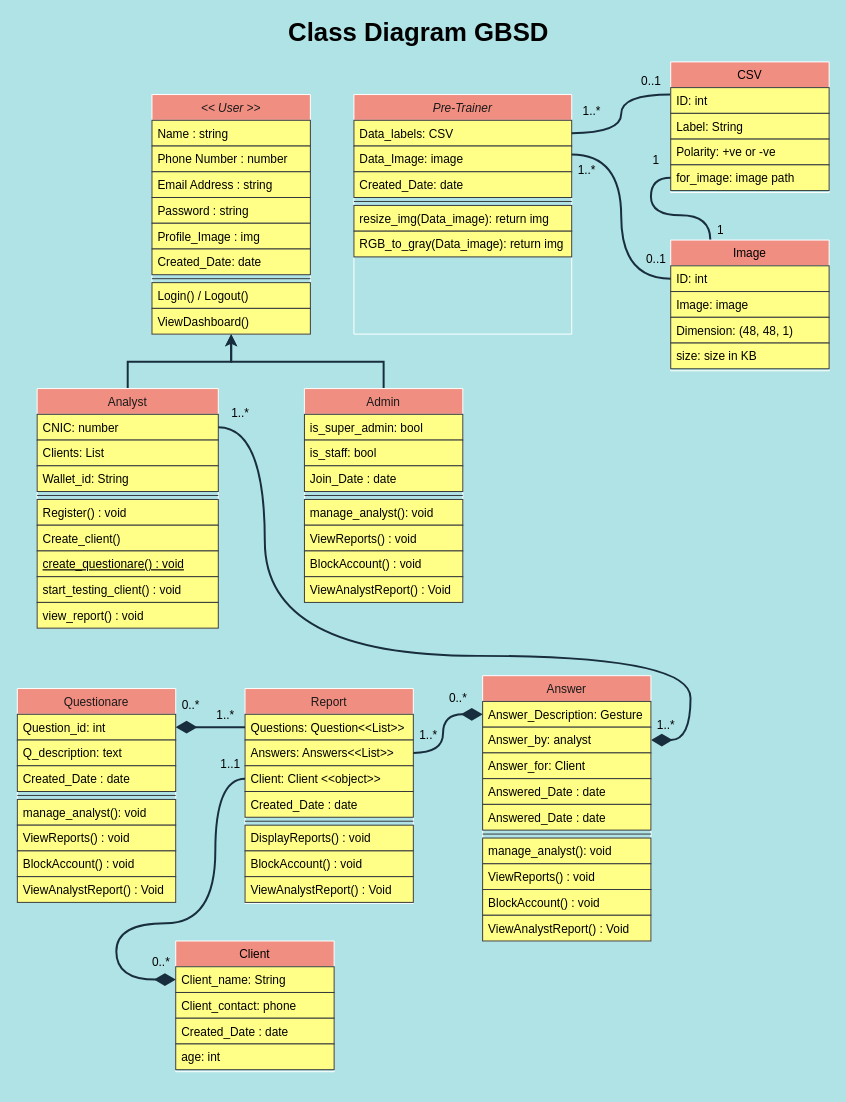
Above: class_diagram_GBSD.drawio in mabdulrafea101/sohaib_fyp_docs (draw.io), before the change. Source tidied: cells renumbered, new cells numbered last; positions are measured from the earlier drawing's top-left corner, leaving out a move shared by most shapes. Both pictures are drawn from the tidied source at 99%, with x=0, y=0 at pixel (17, 22).
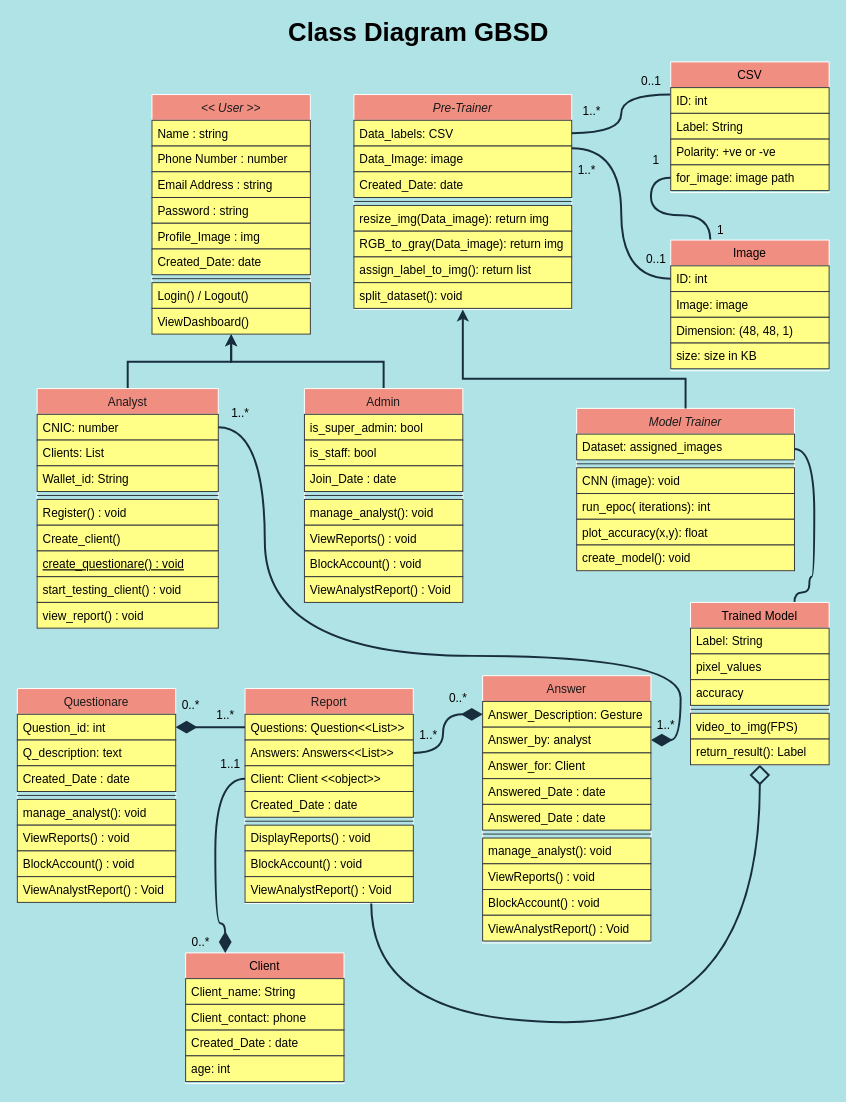
The same diagram, later.

Unchanged cells that the change refers to:
```xml
<mxCell id="14" value="CNIC: number" style="text;align=left;verticalAlign=top;spacingLeft=4;spacingRight=4;overflow=hidden;points=[[0,0.5],[1,0.5]];portConstraint=eastwest;fillColor=#ffff88;strokeColor=#36393d;" parent="13" vertex="1">
  <mxGeometry y="26" width="183" height="26" as="geometry" />
</mxCell>
<mxCell id="46" value="Answer_by: analyst" style="text;align=left;verticalAlign=top;spacingLeft=4;spacingRight=4;overflow=hidden;points=[[0,0.5],[1,0.5]];portConstraint=eastwest;fillColor=#ffff88;strokeColor=#36393d;" parent="44" vertex="1">
  <mxGeometry y="52" width="170" height="26" as="geometry" />
</mxCell>
<mxCell id="55" value="Report" style="swimlane;fontStyle=0;align=center;verticalAlign=top;horizontal=1;startSize=26;rounded=0;shadow=0;strokeWidth=1;fillColor=#F08E81;strokeColor=#FFFFFF;fontColor=#1A1A1A;" parent="1" vertex="1">
  <mxGeometry x="230" y="673" width="170" height="217" as="geometry" />
</mxCell>
<mxCell id="58" value="Client: Client &lt;&lt;object&gt;&gt;" style="text;align=left;verticalAlign=top;spacingLeft=4;spacingRight=4;overflow=hidden;points=[[0,0.5],[1,0.5]];portConstraint=eastwest;fillColor=#ffff88;strokeColor=#36393d;" parent="55" vertex="1">
  <mxGeometry y="78" width="170" height="26" as="geometry" />
</mxCell>
<mxCell id="65" value="Client_name: String" style="text;align=left;verticalAlign=top;spacingLeft=4;spacingRight=4;overflow=hidden;points=[[0,0.5],[1,0.5]];portConstraint=eastwest;fillColor=#ffff88;strokeColor=#36393d;" parent="64" vertex="1">
  <mxGeometry y="26" width="160" height="26" as="geometry" />
</mxCell>
```

Change to the diagram source:
```diff
@@
     <mxCell id="43" style="edgeStyle=orthogonalEdgeStyle;rounded=0;sketch=0;jettySize=auto;html=1;exitX=1;exitY=0.5;exitDx=0;exitDy=0;entryX=1;entryY=0.5;entryDx=0;entryDy=0;fontSize=26;fontColor=#000000;strokeColor=#182E3E;strokeWidth=2;curved=1;endArrow=none;endFill=0;startArrow=diamondThin;startFill=1;sourcePerimeterSpacing=14;targetPerimeterSpacing=15;endSize=8;startSize=16;" parent="1" edge="1" source="46" target="14">
       <mxGeometry relative="1" as="geometry">
         <Array as="points">
-          <mxPoint x="680" y="725" />
-          <mxPoint x="680" y="640" />
+          <mxPoint x="670" y="725" />
+          <mxPoint x="670" y="640" />
           <mxPoint x="250" y="640" />
           <mxPoint x="250" y="409" />
         </Array>
       </mxGeometry>
     </mxCell>
     <mxCell id="44" value="Answer" style="swimlane;fontStyle=0;align=center;verticalAlign=top;horizontal=1;startSize=26;rounded=0;shadow=0;strokeWidth=1;fillColor=#F08E81;strokeColor=#FFFFFF;fontColor=#1A1A1A;" parent="1" vertex="1">
-      <mxGeometry x="470" y="660" width="170" height="268" as="geometry" />
+      <mxGeometry x="470" y="660" width="170" height="270" as="geometry" />
     </mxCell>
@@
     <mxCell id="64" value="Client" style="swimlane;fontStyle=0;align=center;verticalAlign=top;horizontal=1;startSize=26;rounded=0;shadow=0;strokeWidth=1;fillColor=#F08E81;strokeColor=#FFFFFF;fontColor=#000000;" parent="1" vertex="1">
-      <mxGeometry x="160" y="928" width="160" height="132" as="geometry" />
+      <mxGeometry x="170" y="940" width="160" height="132" as="geometry" />
     </mxCell>
@@
-    <mxCell id="71" style="edgeStyle=orthogonalEdgeStyle;curved=1;rounded=0;sketch=0;jettySize=auto;html=1;exitX=0;exitY=0.5;exitDx=0;exitDy=0;entryX=0;entryY=0.5;entryDx=0;entryDy=0;fontSize=12;fontColor=#000000;startArrow=diamondThin;startFill=1;endArrow=none;endFill=0;startSize=16;endSize=8;sourcePerimeterSpacing=14;targetPerimeterSpacing=15;strokeColor=#182E3E;strokeWidth=2;" parent="1" edge="1" source="65" target="58">
+    <mxCell id="71" style="edgeStyle=orthogonalEdgeStyle;curved=1;rounded=0;sketch=0;jettySize=auto;html=1;entryX=0;entryY=0.5;entryDx=0;entryDy=0;fontSize=12;fontColor=#000000;startArrow=diamondThin;startFill=1;endArrow=none;endFill=0;startSize=16;endSize=8;sourcePerimeterSpacing=14;targetPerimeterSpacing=15;strokeColor=#182E3E;strokeWidth=2;exitX=0.25;exitY=0;exitDx=0;exitDy=0;" parent="1" edge="1" source="64" target="58">
       <mxGeometry relative="1" as="geometry">
         <Array as="points">
-          <mxPoint x="100" y="967" />
-          <mxPoint x="100" y="910" />
+          <mxPoint x="210" y="910" />
           <mxPoint x="200" y="910" />
           <mxPoint x="200" y="764" />
         </Array>
       </mxGeometry>
     </mxCell>
     <mxCell id="72" value="0..*" style="text;html=1;align=center;verticalAlign=middle;strokeColor=none;fillColor=none;fontSize=12;fontColor=#000000;" parent="1" vertex="1">
-      <mxGeometry x="130" y="940" width="30" height="20" as="geometry" />
+      <mxGeometry x="170" y="920" width="30" height="20" as="geometry" />
     </mxCell>
@@
     <mxCell id="80" value="Pre-Trainer" style="swimlane;fontStyle=2;align=center;verticalAlign=top;horizontal=1;startSize=26;rounded=0;shadow=0;strokeWidth=1;fillColor=#F08E81;strokeColor=#FFFFFF;fontColor=#1A1A1A;" parent="1" vertex="1">
-      <mxGeometry x="340" y="73" width="220" height="242" as="geometry" />
+      <mxGeometry x="340" y="73" width="220" height="217" as="geometry" />
     </mxCell>
@@
+    <mxCell id="106" value="assign_label_to_img(): return list" style="text;align=left;verticalAlign=top;spacingLeft=4;spacingRight=4;overflow=hidden;fillColor=#ffff88;strokeColor=#36393d;" parent="80" vertex="1">
+      <mxGeometry y="164" width="220" height="26" as="geometry" />
+    </mxCell>
+    <mxCell id="107" value="split_dataset(): void" style="text;align=left;verticalAlign=top;spacingLeft=4;spacingRight=4;overflow=hidden;fillColor=#ffff88;strokeColor=#36393d;" parent="80" vertex="1">
+      <mxGeometry y="190" width="220" height="26" as="geometry" />
+    </mxCell>
@@
+    <mxCell id="108" value="Model Trainer" style="swimlane;fontStyle=2;align=center;verticalAlign=top;horizontal=1;startSize=26;rounded=0;shadow=0;strokeWidth=1;fillColor=#F08E81;strokeColor=#FFFFFF;fontColor=#1A1A1A;" parent="1" vertex="1">
+      <mxGeometry x="565" y="390" width="220" height="164" as="geometry" />
+    </mxCell>
+    <mxCell id="109" value="Dataset: assigned_images" style="text;align=left;verticalAlign=top;spacingLeft=4;spacingRight=4;overflow=hidden;rounded=0;shadow=0;html=0;fillColor=#ffff88;strokeColor=#36393d;" parent="108" vertex="1">
+      <mxGeometry y="26" width="220" height="26" as="geometry" />
+    </mxCell>
+    <mxCell id="110" style="line;html=1;strokeWidth=1;align=left;verticalAlign=middle;spacingTop=-1;spacingLeft=3;spacingRight=3;labelPosition=right;labelBackgroundColor=#B0E3E6;fillColor=#ffff88;strokeColor=#36393d;" parent="108" vertex="1">
+      <mxGeometry y="52" width="220" height="8" as="geometry" />
+    </mxCell>
+    <mxCell id="111" value="CNN (image): void" style="text;align=left;verticalAlign=top;spacingLeft=4;spacingRight=4;overflow=hidden;fillColor=#ffff88;strokeColor=#36393d;" parent="108" vertex="1">
+      <mxGeometry y="60" width="220" height="26" as="geometry" />
+    </mxCell>
+    <mxCell id="112" value="run_epoc( iterations): int" style="text;align=left;verticalAlign=top;spacingLeft=4;spacingRight=4;overflow=hidden;fillColor=#ffff88;strokeColor=#36393d;" parent="108" vertex="1">
+      <mxGeometry y="86" width="220" height="26" as="geometry" />
+    </mxCell>
+    <mxCell id="113" value="plot_accuracy(x,y): float" style="text;align=left;verticalAlign=top;spacingLeft=4;spacingRight=4;overflow=hidden;fillColor=#ffff88;strokeColor=#36393d;" parent="108" vertex="1">
+      <mxGeometry y="112" width="220" height="26" as="geometry" />
+    </mxCell>
+    <mxCell id="114" value="create_model(): void" style="text;align=left;verticalAlign=top;spacingLeft=4;spacingRight=4;overflow=hidden;fillColor=#ffff88;strokeColor=#36393d;" parent="108" vertex="1">
+      <mxGeometry y="138" width="220" height="26" as="geometry" />
+    </mxCell>
+    <mxCell id="115" style="edgeStyle=elbowEdgeStyle;rounded=0;sketch=0;jettySize=auto;elbow=vertical;html=1;exitX=0.5;exitY=0;exitDx=0;exitDy=0;entryX=0.5;entryY=1;entryDx=0;entryDy=0;fontColor=#1A1A1A;strokeColor=#182E3E;strokeWidth=2;" parent="1" edge="1" source="108" target="80">
+      <mxGeometry relative="1" as="geometry">
+        <Array as="points">
+          <mxPoint x="500" y="360" />
+          <mxPoint x="580" y="370" />
+        </Array>
+      </mxGeometry>
+    </mxCell>
+    <mxCell id="116" style="edgeStyle=orthogonalEdgeStyle;curved=1;rounded=0;sketch=0;jettySize=auto;html=1;exitX=0.75;exitY=0;exitDx=0;exitDy=0;entryX=1;entryY=0.25;entryDx=0;entryDy=0;fontSize=12;fontColor=#000000;startArrow=none;startFill=0;endArrow=none;endFill=0;startSize=16;endSize=8;sourcePerimeterSpacing=14;targetPerimeterSpacing=15;strokeColor=#182E3E;strokeWidth=2;" parent="1" edge="1" source="118" target="108">
+      <mxGeometry relative="1" as="geometry">
+        <Array as="points">
+          <mxPoint x="800" y="576" />
+          <mxPoint x="800" y="560" />
+          <mxPoint x="805" y="560" />
+          <mxPoint x="805" y="431" />
+        </Array>
+      </mxGeometry>
+    </mxCell>
+    <mxCell id="117" style="edgeStyle=orthogonalEdgeStyle;curved=1;rounded=0;sketch=0;jettySize=auto;html=1;exitX=0.5;exitY=1;exitDx=0;exitDy=0;entryX=0.75;entryY=1;entryDx=0;entryDy=0;fontSize=12;fontColor=#000000;startArrow=diamond;startFill=0;endArrow=none;endFill=0;startSize=16;endSize=8;sourcePerimeterSpacing=14;targetPerimeterSpacing=15;strokeColor=#182E3E;strokeWidth=2;" parent="1" edge="1" source="118" target="55">
+      <mxGeometry relative="1" as="geometry">
+        <Array as="points">
+          <mxPoint x="750" y="1010" />
+          <mxPoint x="358" y="1010" />
+        </Array>
+      </mxGeometry>
+    </mxCell>
+    <mxCell id="118" value="Trained Model" style="swimlane;fontStyle=0;align=center;verticalAlign=top;horizontal=1;startSize=26;rounded=0;shadow=0;strokeWidth=1;fillColor=#F08E81;strokeColor=#FFFFFF;fontColor=#000000;" parent="1" vertex="1">
+      <mxGeometry x="680" y="586" width="140" height="164" as="geometry" />
+    </mxCell>
+    <mxCell id="119" value="Label: String" style="text;align=left;verticalAlign=top;spacingLeft=4;spacingRight=4;overflow=hidden;fillColor=#ffff88;strokeColor=#36393d;" parent="118" vertex="1">
+      <mxGeometry y="26" width="140" height="26" as="geometry" />
+    </mxCell>
+    <mxCell id="120" value="pixel_values" style="text;align=left;verticalAlign=top;spacingLeft=4;spacingRight=4;overflow=hidden;fillColor=#ffff88;strokeColor=#36393d;" parent="118" vertex="1">
+      <mxGeometry y="52" width="140" height="26" as="geometry" />
+    </mxCell>
+    <mxCell id="121" value="accuracy" style="text;align=left;verticalAlign=top;spacingLeft=4;spacingRight=4;overflow=hidden;fillColor=#ffff88;strokeColor=#36393d;" parent="118" vertex="1">
+      <mxGeometry y="78" width="140" height="26" as="geometry" />
+    </mxCell>
+    <mxCell id="122" style="line;html=1;strokeWidth=1;align=left;verticalAlign=middle;spacingTop=-1;spacingLeft=3;spacingRight=3;labelPosition=right;labelBackgroundColor=#B0E3E6;fillColor=#ffff88;strokeColor=#36393d;" parent="118" vertex="1">
+      <mxGeometry y="104" width="140" height="8" as="geometry" />
+    </mxCell>
+    <mxCell id="123" value="video_to_img(FPS)" style="text;align=left;verticalAlign=top;spacingLeft=4;spacingRight=4;overflow=hidden;fillColor=#ffff88;strokeColor=#36393d;" parent="118" vertex="1">
+      <mxGeometry y="112" width="140" height="26" as="geometry" />
+    </mxCell>
+    <mxCell id="124" value="return_result(): Label" style="text;align=left;verticalAlign=top;spacingLeft=4;spacingRight=4;overflow=hidden;fillColor=#ffff88;strokeColor=#36393d;" parent="118" vertex="1">
+      <mxGeometry y="138" width="140" height="26" as="geometry" />
+    </mxCell>
```
